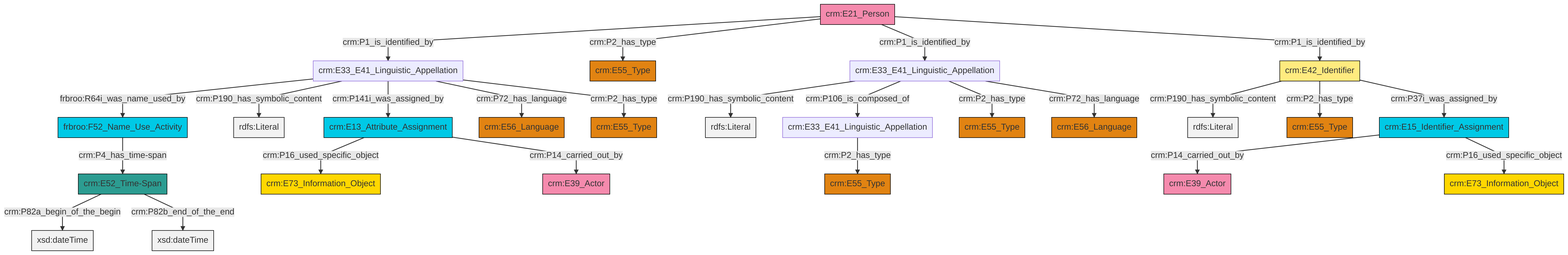
Earlier version of the Mermaid export et/personCSV/ttl/mmd/png/Person_Names_and_Classification.png (swiss-art-research-net/reference-data-models). Its source is kept beside it as et/personCSV/ttl/mmd/Person_Names_and_Classification.ttl.mmd.
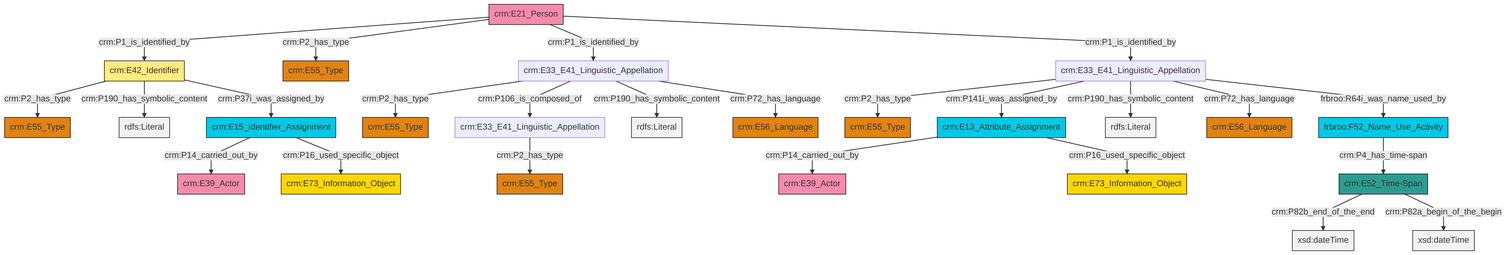
After the change.

The edit, as a diff of the source:
```diff
@@ -13,27 +13,27 @@
 classDef PC_Classes fill:#4ce600, stroke:#000000;
 classDef Multi fill:#cccccc,stroke:#000000;
 
-4["crm:E15_Identifier_Assignment"]:::Temporal_Entity -->|crm:P14_carried_out_by| 5["crm:E39_Actor"]:::Actor
-6["crm:E33_E41_Linguistic_Appellation"]:::Default -->|frbroo:R64i_was_name_used_by| 2["frbroo:F52_Name_Use_Activity"]:::Temporal_Entity
-7["crm:E33_E41_Linguistic_Appellation"]:::Default -->|crm:P190_has_symbolic_content| 8[rdfs:Literal]:::Literal
-11["crm:E42_Identifier"]:::Appellation -->|crm:P190_has_symbolic_content| 12[rdfs:Literal]:::Literal
-7["crm:E33_E41_Linguistic_Appellation"]:::Default -->|crm:P106_is_composed_of| 13["crm:E33_E41_Linguistic_Appellation"]:::Default
-15["crm:E21_Person"]:::Actor -->|crm:P1_is_identified_by| 6["crm:E33_E41_Linguistic_Appellation"]:::Default
-17["crm:E52_Time-Span"]:::Time-Span -->|crm:P82a_begin_of_the_begin| 18[xsd:dateTime]:::Literal
-22["crm:E13_Attribute_Assignment"]:::Temporal_Entity -->|crm:P16_used_specific_object| 0["crm:E73_Information_Object"]:::Conceptual_Object
-6["crm:E33_E41_Linguistic_Appellation"]:::Default -->|crm:P190_has_symbolic_content| 24[rdfs:Literal]:::Literal
-7["crm:E33_E41_Linguistic_Appellation"]:::Default -->|crm:P2_has_type| 9["crm:E55_Type"]:::Type
-15["crm:E21_Person"]:::Actor -->|crm:P2_has_type| 25["crm:E55_Type"]:::Type
-13["crm:E33_E41_Linguistic_Appellation"]:::Default -->|crm:P2_has_type| 31["crm:E55_Type"]:::Type
-6["crm:E33_E41_Linguistic_Appellation"]:::Default -->|crm:P141i_was_assigned_by| 22["crm:E13_Attribute_Assignment"]:::Temporal_Entity
-17["crm:E52_Time-Span"]:::Time-Span -->|crm:P82b_end_of_the_end| 34[xsd:dateTime]:::Literal
-6["crm:E33_E41_Linguistic_Appellation"]:::Default -->|crm:P72_has_language| 40["crm:E56_Language"]:::Type
-7["crm:E33_E41_Linguistic_Appellation"]:::Default -->|crm:P72_has_language| 27["crm:E56_Language"]:::Type
-22["crm:E13_Attribute_Assignment"]:::Temporal_Entity -->|crm:P14_carried_out_by| 42["crm:E39_Actor"]:::Actor
-4["crm:E15_Identifier_Assignment"]:::Temporal_Entity -->|crm:P16_used_specific_object| 19["crm:E73_Information_Object"]:::Conceptual_Object
-11["crm:E42_Identifier"]:::Appellation -->|crm:P2_has_type| 38["crm:E55_Type"]:::Type
-6["crm:E33_E41_Linguistic_Appellation"]:::Default -->|crm:P2_has_type| 29["crm:E55_Type"]:::Type
-15["crm:E21_Person"]:::Actor -->|crm:P1_is_identified_by| 7["crm:E33_E41_Linguistic_Appellation"]:::Default
-15["crm:E21_Person"]:::Actor -->|crm:P1_is_identified_by| 11["crm:E42_Identifier"]:::Appellation
-11["crm:E42_Identifier"]:::Appellation -->|crm:P37i_was_assigned_by| 4["crm:E15_Identifier_Assignment"]:::Temporal_Entity
-2["frbroo:F52_Name_Use_Activity"]:::Temporal_Entity -->|crm:P4_has_time-span| 17["crm:E52_Time-Span"]:::Time-Span
+2["crm:E13_Attribute_Assignment"]:::Temporal_Entity -->|crm:P14_carried_out_by| 3["crm:E39_Actor"]:::Actor
+0["crm:E33_E41_Linguistic_Appellation"]:::Default -->|crm:P2_has_type| 4["crm:E55_Type"]:::Type
+5["crm:E52_Time-Span"]:::Time-Span -->|crm:P82b_end_of_the_end| 6[xsd:dateTime]:::Literal
+11["crm:E15_Identifier_Assignment"]:::Temporal_Entity -->|crm:P14_carried_out_by| 12["crm:E39_Actor"]:::Actor
+13["crm:E33_E41_Linguistic_Appellation"]:::Default -->|crm:P2_has_type| 14["crm:E55_Type"]:::Type
+15["crm:E33_E41_Linguistic_Appellation"]:::Default -->|crm:P2_has_type| 16["crm:E55_Type"]:::Type
+0["crm:E33_E41_Linguistic_Appellation"]:::Default -->|crm:P106_is_composed_of| 13["crm:E33_E41_Linguistic_Appellation"]:::Default
+11["crm:E15_Identifier_Assignment"]:::Temporal_Entity -->|crm:P16_used_specific_object| 18["crm:E73_Information_Object"]:::Conceptual_Object
+15["crm:E33_E41_Linguistic_Appellation"]:::Default -->|crm:P141i_was_assigned_by| 2["crm:E13_Attribute_Assignment"]:::Temporal_Entity
+0["crm:E33_E41_Linguistic_Appellation"]:::Default -->|crm:P190_has_symbolic_content| 23[rdfs:Literal]:::Literal
+21["crm:E21_Person"]:::Actor -->|crm:P1_is_identified_by| 27["crm:E42_Identifier"]:::Appellation
+21["crm:E21_Person"]:::Actor -->|crm:P2_has_type| 28["crm:E55_Type"]:::Type
+27["crm:E42_Identifier"]:::Appellation -->|crm:P2_has_type| 29["crm:E55_Type"]:::Type
+2["crm:E13_Attribute_Assignment"]:::Temporal_Entity -->|crm:P16_used_specific_object| 8["crm:E73_Information_Object"]:::Conceptual_Object
+15["crm:E33_E41_Linguistic_Appellation"]:::Default -->|crm:P190_has_symbolic_content| 33[rdfs:Literal]:::Literal
+31["frbroo:F52_Name_Use_Activity"]:::Temporal_Entity -->|crm:P4_has_time-span| 5["crm:E52_Time-Span"]:::Time-Span
+27["crm:E42_Identifier"]:::Appellation -->|crm:P190_has_symbolic_content| 34[rdfs:Literal]:::Literal
+15["crm:E33_E41_Linguistic_Appellation"]:::Default -->|crm:P72_has_language| 35["crm:E56_Language"]:::Type
+21["crm:E21_Person"]:::Actor -->|crm:P1_is_identified_by| 0["crm:E33_E41_Linguistic_Appellation"]:::Default
+21["crm:E21_Person"]:::Actor -->|crm:P1_is_identified_by| 15["crm:E33_E41_Linguistic_Appellation"]:::Default
+27["crm:E42_Identifier"]:::Appellation -->|crm:P37i_was_assigned_by| 11["crm:E15_Identifier_Assignment"]:::Temporal_Entity
+0["crm:E33_E41_Linguistic_Appellation"]:::Default -->|crm:P72_has_language| 25["crm:E56_Language"]:::Type
+5["crm:E52_Time-Span"]:::Time-Span -->|crm:P82a_begin_of_the_begin| 45[xsd:dateTime]:::Literal
+15["crm:E33_E41_Linguistic_Appellation"]:::Default -->|frbroo:R64i_was_name_used_by| 31["frbroo:F52_Name_Use_Activity"]:::Temporal_Entity
```
